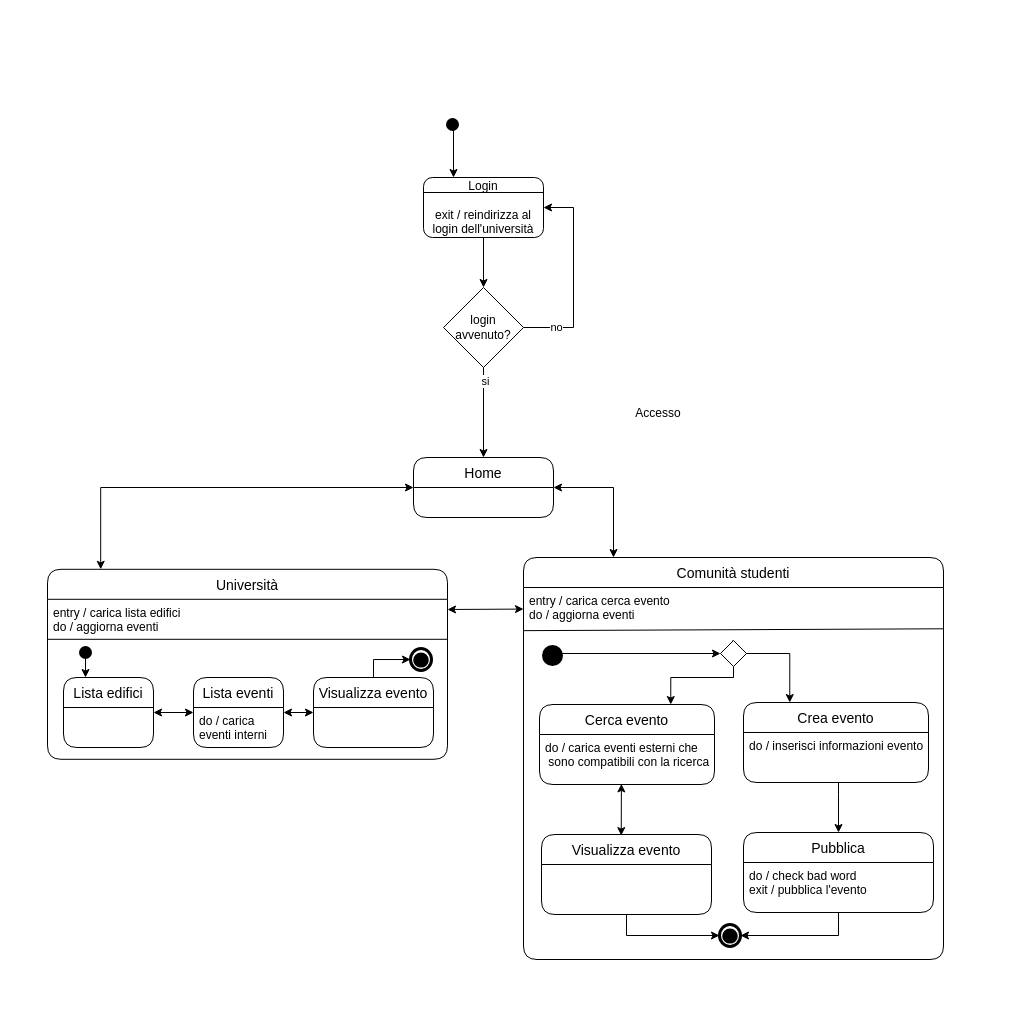
Earlier version of the draw.io diagram diagrams/2.state_diagram/state_machine_d.drawio (tomasel/IS_Univents). Source tidied: cells renumbered, new cells numbered last; positions are measured from the earlier drawing's top-left corner, leaving out a move shared by most shapes. Both pictures are drawn from the tidied source at 100%, with x=0, y=0 at pixel (47, 119).
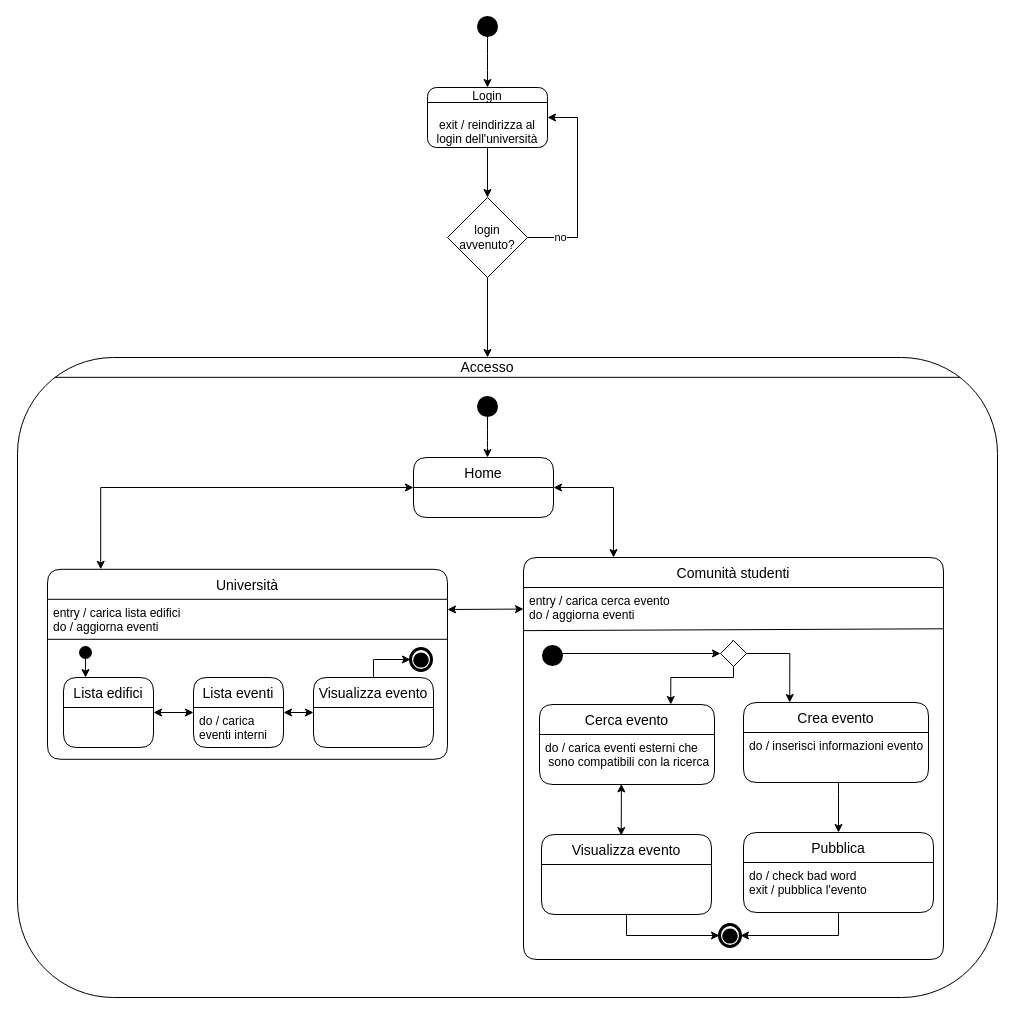
After the change.

Commit message (it also covers changes not shown here):
usiamo solo drawio valà...

The change refers to these unchanged cells:
```xml
<mxCell id="15" value="Home" style="swimlane;horizontal=1;startSize=30;rounded=1;fontSize=14;fontStyle=0;strokeWidth=1;shadow=0;dashed=0;align=center;fillColor=none;" parent="1" vertex="1">
  <mxGeometry x="366" y="338" width="140" height="60" as="geometry" />
</mxCell>
```

What changed in the source:
```diff
@@
+    <mxCell id="66" style="rounded=1;whiteSpace=wrap;html=1;fillColor=none;" parent="1" vertex="1">
+      <mxGeometry x="-30" y="238" width="980" height="640" as="geometry" />
+    </mxCell>
@@
     <mxCell id="6" value="Login&lt;br&gt;&lt;br&gt;exit / reindirizza al login dell'università" style="rounded=1;whiteSpace=wrap;html=1;fillColor=none;" parent="1" vertex="1">
-      <mxGeometry x="376" y="58" width="120" height="60" as="geometry" />
+      <mxGeometry x="380" y="-32" width="120" height="60" as="geometry" />
     </mxCell>
@@
     <mxCell id="8" style="edgeStyle=orthogonalEdgeStyle;rounded=0;jettySize=auto;html=1;entryX=1;entryY=0.5;entryDx=0;entryDy=0;" parent="1" edge="1" source="12" target="6">
       <mxGeometry relative="1" as="geometry">
         <Array as="points">
-          <mxPoint x="526" y="208" />
-          <mxPoint x="526" y="88" />
+          <mxPoint x="530" y="118" />
+          <mxPoint x="530" y="-2" />
         </Array>
       </mxGeometry>
     </mxCell>
@@
-    <mxCell id="10" style="edgeStyle=orthogonalEdgeStyle;rounded=0;jettySize=auto;html=1;entryX=0.5;entryY=0;entryDx=0;entryDy=0;" parent="1" edge="1" source="12" target="15">
-      <mxGeometry relative="1" as="geometry" />
-    </mxCell>
-    <mxCell id="11" value="si" style="edgeLabel;html=1;align=center;verticalAlign=middle;" parent="10" vertex="1">
-      <mxGeometry x="-0.71" y="1" relative="1" as="geometry" />
-    </mxCell>
+    <mxCell id="67" style="edgeStyle=orthogonalEdgeStyle;rounded=0;jettySize=auto;html=1;fontSize=14;" parent="1" edge="1" source="12" target="13">
+      <mxGeometry relative="1" as="geometry" />
+    </mxCell>
     <mxCell id="12" value="login avvenuto?" style="rhombus;whiteSpace=wrap;html=1;fillColor=none;" parent="1" vertex="1">
-      <mxGeometry x="396" y="168" width="80" height="80" as="geometry" />
+      <mxGeometry x="400" y="78" width="80" height="80" as="geometry" />
     </mxCell>
-    <mxCell id="13" value="Accesso" style="text;html=1;strokeColor=none;fillColor=none;align=center;verticalAlign=middle;whiteSpace=wrap;rounded=0;" parent="1" vertex="1">
-      <mxGeometry x="576" y="279" width="70" height="29" as="geometry" />
-    </mxCell>
@@
-    <mxCell id="22" style="edgeStyle=orthogonalEdgeStyle;rounded=0;jettySize=auto;html=1;exitX=0;exitY=0.5;exitDx=0;exitDy=0;entryX=0.25;entryY=0;entryDx=0;entryDy=0;startArrow=none;startFill=0;" parent="1" edge="1" source="23" target="6">
-      <mxGeometry relative="1" as="geometry">
-        <Array as="points">
-          <mxPoint x="406" y="5" />
-        </Array>
-      </mxGeometry>
-    </mxCell>
-    <mxCell id="23" style="shape=mxgraph.bpmn.shape;html=1;verticalLabelPosition=bottom;labelBackgroundColor=#ffffff;verticalAlign=top;align=center;perimeter=ellipsePerimeter;outlineConnect=0;outline=end;symbol=general;strokeWidth=1;fillColor=#000000;" parent="1" vertex="1">
-      <mxGeometry x="400" width="10" height="10" as="geometry" />
-    </mxCell>
@@
+    <mxCell id="68" style="endArrow=none;html=1;rounded=0;exitX=0.038;exitY=0.031;exitDx=0;exitDy=0;exitPerimeter=0;entryX=0.962;entryY=0.031;entryDx=0;entryDy=0;entryPerimeter=0;" parent="1" edge="1" source="66" target="66">
+      <mxGeometry relative="1" as="geometry" />
+    </mxCell>
+    <mxCell id="13" value="&lt;font style=&quot;font-size: 14px&quot;&gt;Accesso&lt;/font&gt;" style="text;html=1;strokeColor=none;fillColor=none;align=center;verticalAlign=middle;whiteSpace=wrap;rounded=0;" parent="1" vertex="1">
+      <mxGeometry x="410" y="238" width="60" height="20" as="geometry" />
+    </mxCell>
+    <mxCell id="69" style="edgeStyle=orthogonalEdgeStyle;jettySize=auto;html=1;exitX=0.5;exitY=1;exitDx=0;exitDy=0;fontSize=14;curved=1;" parent="1" edge="1" source="70" target="15">
+      <mxGeometry relative="1" as="geometry">
+        <Array as="points">
+          <mxPoint x="440" y="328" />
+          <mxPoint x="440" y="328" />
+        </Array>
+      </mxGeometry>
+    </mxCell>
+    <mxCell id="70" style="shape=mxgraph.bpmn.shape;html=1;verticalLabelPosition=bottom;labelBackgroundColor=#ffffff;verticalAlign=top;align=center;perimeter=ellipsePerimeter;outlineConnect=0;outline=end;symbol=general;strokeWidth=1;fillColor=#000000;" parent="1" vertex="1">
+      <mxGeometry x="431" y="278" width="18" height="18" as="geometry" />
+    </mxCell>
+    <mxCell id="71" style="edgeStyle=orthogonalEdgeStyle;curved=1;jettySize=auto;html=1;fontSize=14;" parent="1" edge="1" source="72" target="6">
+      <mxGeometry relative="1" as="geometry" />
+    </mxCell>
+    <mxCell id="72" style="shape=mxgraph.bpmn.shape;html=1;verticalLabelPosition=bottom;labelBackgroundColor=#ffffff;verticalAlign=top;align=center;perimeter=ellipsePerimeter;outlineConnect=0;outline=end;symbol=general;strokeWidth=1;fillColor=#000000;" parent="1" vertex="1">
+      <mxGeometry x="431" y="-102" width="18" height="18" as="geometry" />
+    </mxCell>
```
